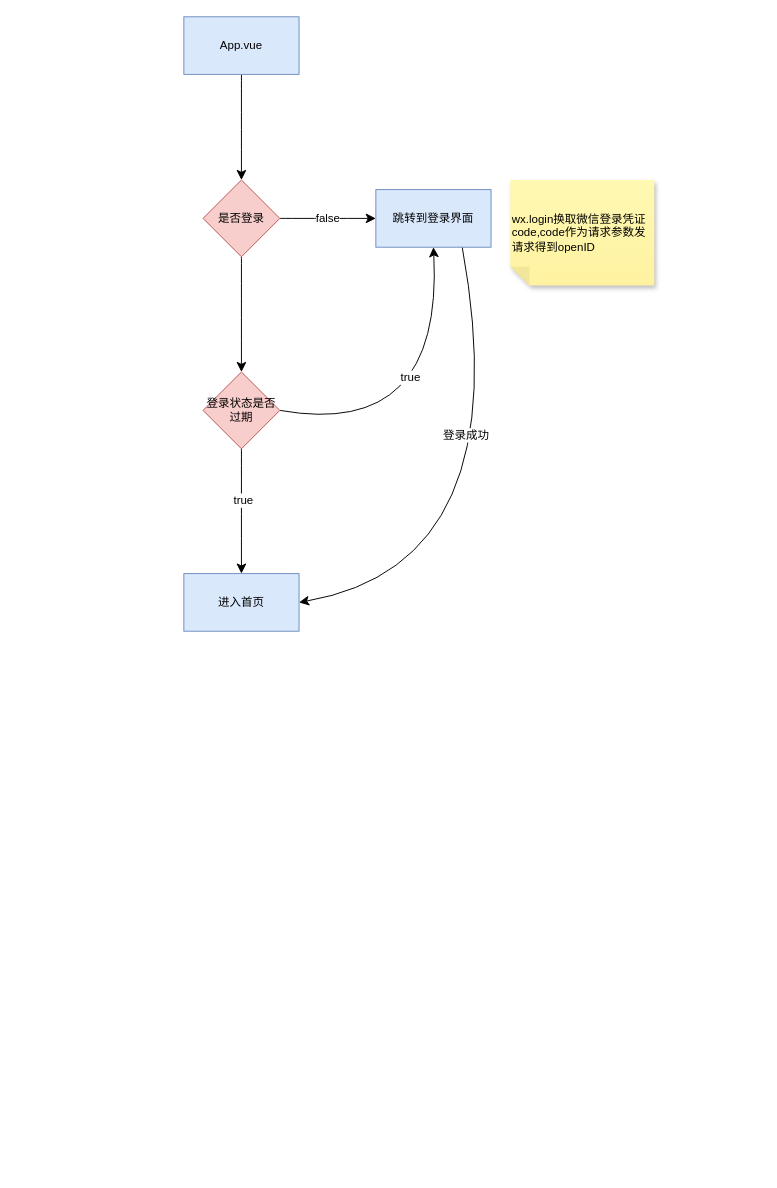
The draw.io diagram 小程序.drawio in calmthinke/notePic, before the edit. Source tidied: cells renumbered, new cells numbered last; positions are measured from the earlier drawing's top-left corner, leaving out a move shared by most shapes. Both pictures are drawn from the tidied source at 96%, with x=0, y=0 at pixel (183, 16).
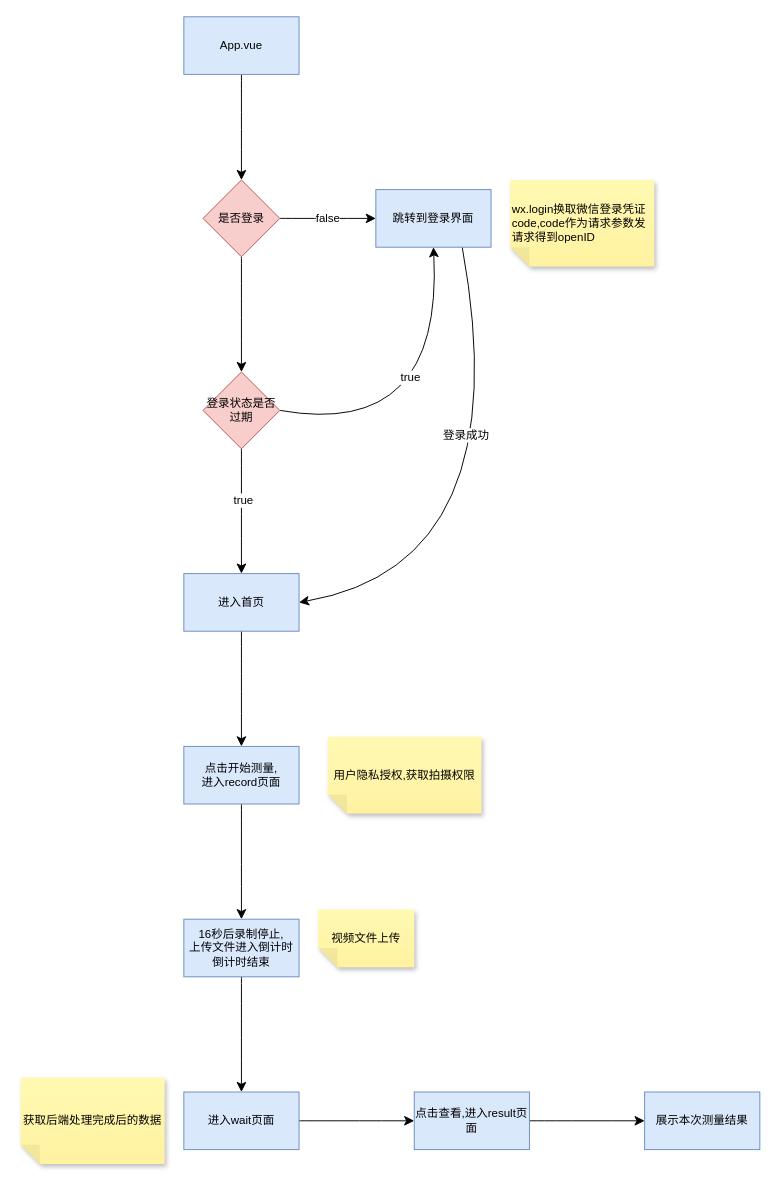
Above is the later version.

Commit message (it also covers changes not shown here):
更新小程序.drawio

Unchanged cells that the change refers to:
```xml
<mxCell id="15" value="进入首页" style="whiteSpace=wrap;html=1;fillColor=#dae8fc;strokeColor=#6c8ebf;rounded=0;" parent="1" vertex="1">
  <mxGeometry y="580" width="120" height="60" as="geometry" />
</mxCell>
```

Diff of the diagram source:
```diff
@@
+    <mxCell id="17" style="edgeStyle=none;curved=1;rounded=0;jettySize=auto;html=1;fontSize=12;startSize=8;endSize=8;" parent="1" edge="1" source="15" target="19">
+      <mxGeometry relative="1" as="geometry" />
+    </mxCell>
@@
     <mxCell id="16" value="wx.login换取微信登录凭证code,code作为请求参数发请求得到openID" style="shape=note;whiteSpace=wrap;html=1;backgroundOutline=1;fontColor=#000000;darkOpacity=0.05;fillColor=#FFF9B2;strokeColor=none;fillStyle=solid;direction=west;gradientDirection=north;gradientColor=#FFF2A1;shadow=1;size=20;align=left;" parent="1" vertex="1">
-      <mxGeometry x="340" y="170" width="150" height="110" as="geometry" />
+      <mxGeometry x="340" y="170" width="150" height="90" as="geometry" />
     </mxCell>
+    <mxCell id="18" style="edgeStyle=none;curved=1;rounded=0;jettySize=auto;html=1;fontSize=12;startSize=8;endSize=8;" parent="1" edge="1" source="19" target="22">
+      <mxGeometry relative="1" as="geometry" />
+    </mxCell>
+    <mxCell id="19" value="点击开始测量,&lt;div&gt;进入record页面&lt;/div&gt;" style="whiteSpace=wrap;html=1;fillColor=#dae8fc;strokeColor=#6c8ebf;rounded=0;" parent="1" vertex="1">
+      <mxGeometry y="760" width="120" height="60" as="geometry" />
+    </mxCell>
+    <mxCell id="20" value="用户隐私授权,获取拍摄权限" style="shape=note;whiteSpace=wrap;html=1;backgroundOutline=1;fontColor=#000000;darkOpacity=0.05;fillColor=#FFF9B2;strokeColor=none;fillStyle=solid;direction=west;gradientDirection=north;gradientColor=#FFF2A1;shadow=1;size=20;align=center;" parent="1" vertex="1">
+      <mxGeometry x="150" y="750" width="160" height="80" as="geometry" />
+    </mxCell>
+    <mxCell id="21" style="edgeStyle=none;curved=1;rounded=0;jettySize=auto;html=1;fontSize=12;startSize=8;endSize=8;" parent="1" edge="1" source="22" target="24">
+      <mxGeometry relative="1" as="geometry" />
+    </mxCell>
+    <mxCell id="22" value="16秒后录制停止,&lt;div&gt;上传文件进入倒计时&lt;br&gt;倒计时结束&lt;/div&gt;" style="whiteSpace=wrap;html=1;fillColor=#dae8fc;strokeColor=#6c8ebf;rounded=0;" parent="1" vertex="1">
+      <mxGeometry y="940" width="120" height="60" as="geometry" />
+    </mxCell>
+    <mxCell id="23" style="edgeStyle=none;curved=1;rounded=0;jettySize=auto;html=1;fontSize=12;startSize=8;endSize=8;" parent="1" edge="1" source="24" target="28">
+      <mxGeometry relative="1" as="geometry" />
+    </mxCell>
+    <mxCell id="24" value="进入wait页面" style="whiteSpace=wrap;html=1;fillColor=#dae8fc;strokeColor=#6c8ebf;rounded=0;" parent="1" vertex="1">
+      <mxGeometry y="1120" width="120" height="60" as="geometry" />
+    </mxCell>
+    <mxCell id="25" value="获取后端处理完成后的数据" style="shape=note;whiteSpace=wrap;html=1;backgroundOutline=1;fontColor=#000000;darkOpacity=0.05;fillColor=#FFF9B2;strokeColor=none;fillStyle=solid;direction=west;gradientDirection=north;gradientColor=#FFF2A1;shadow=1;size=20;" parent="1" vertex="1">
+      <mxGeometry x="-170" y="1105" width="150" height="90" as="geometry" />
+    </mxCell>
+    <mxCell id="26" value="视频文件上传" style="shape=note;whiteSpace=wrap;html=1;backgroundOutline=1;fontColor=#000000;darkOpacity=0.05;fillColor=#FFF9B2;strokeColor=none;fillStyle=solid;direction=west;gradientDirection=north;gradientColor=#FFF2A1;shadow=1;size=20;align=center;" parent="1" vertex="1">
+      <mxGeometry x="140" y="930" width="100" height="60" as="geometry" />
+    </mxCell>
+    <mxCell id="27" style="edgeStyle=none;curved=1;rounded=0;jettySize=auto;html=1;fontSize=12;startSize=8;endSize=8;" parent="1" edge="1" source="28" target="29">
+      <mxGeometry relative="1" as="geometry" />
+    </mxCell>
+    <mxCell id="28" value="点击查看,进入result页面" style="whiteSpace=wrap;html=1;fillColor=#dae8fc;strokeColor=#6c8ebf;rounded=0;" parent="1" vertex="1">
+      <mxGeometry x="240" y="1120" width="120" height="60" as="geometry" />
+    </mxCell>
+    <mxCell id="29" value="展示本次测量结果" style="whiteSpace=wrap;html=1;fillColor=#dae8fc;strokeColor=#6c8ebf;rounded=0;" parent="1" vertex="1">
+      <mxGeometry x="480" y="1120" width="120" height="60" as="geometry" />
+    </mxCell>
```
